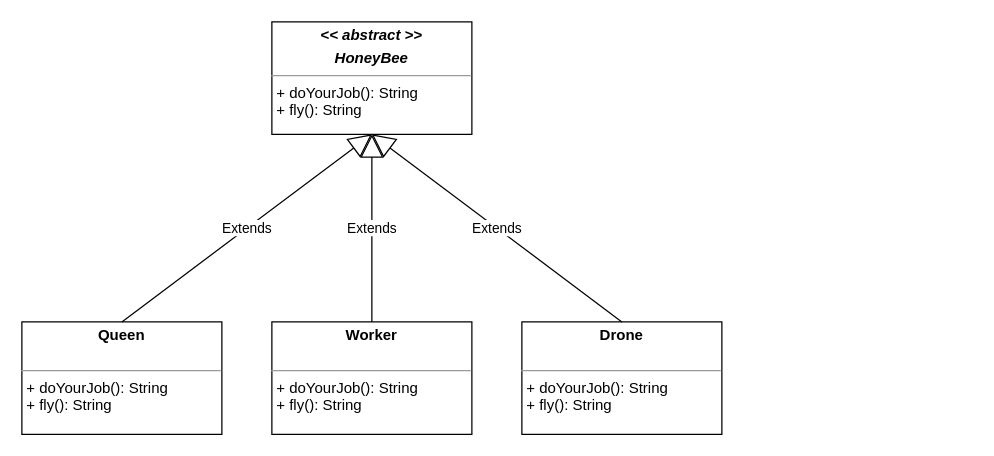
This is page "HoneyBee_2" (2 of 2) of honeybee.drawio from tbisk/08_Interfaces, a draw.io file, before an edit. Source tidied: cells renumbered, new cells numbered last; positions are measured from the earlier drawing's top-left corner, leaving out a move shared by most shapes. Both pictures are drawn from the tidied source at 125%, with x=0, y=0 at pixel (21, 21).
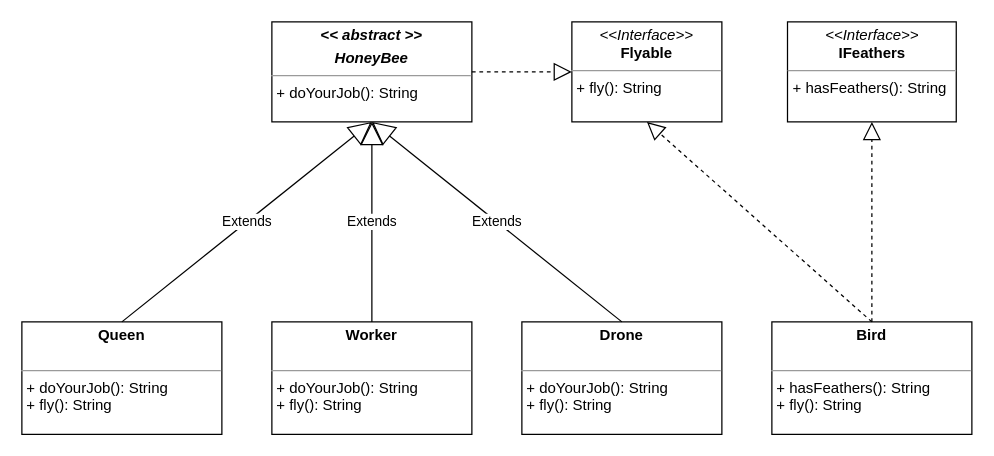
The same diagram, later.

What changed in the source:
```diff
@@
 <mxGraphModel>
   <root>
     <mxCell id="0" />
     <mxCell id="1" parent="0" />
-    <mxCell id="2" value="&lt;p style=&quot;margin: 0px ; margin-top: 4px ; text-align: center&quot;&gt;&lt;b&gt;&lt;i&gt;&amp;lt;&amp;lt; abstract &amp;gt;&amp;gt;&lt;/i&gt;&lt;/b&gt;&lt;/p&gt;&lt;p style=&quot;margin: 0px ; margin-top: 4px ; text-align: center&quot;&gt;&lt;b&gt;&lt;i&gt;HoneyBee&lt;/i&gt;&lt;/b&gt;&lt;/p&gt;&lt;hr size=&quot;1&quot;&gt;&lt;p style=&quot;margin: 0px ; margin-left: 4px&quot;&gt;+ doYourJob(): String&lt;/p&gt;&lt;p style=&quot;margin: 0px ; margin-left: 4px&quot;&gt;+ fly(): String&lt;/p&gt;" style="verticalAlign=top;align=left;overflow=fill;fontSize=12;fontFamily=Helvetica;html=1;" parent="1" vertex="1">
-      <mxGeometry x="200" width="160" height="90" as="geometry" />
+    <mxCell id="2" value="&lt;p style=&quot;margin: 0px ; margin-top: 4px ; text-align: center&quot;&gt;&lt;b&gt;&lt;i&gt;&amp;lt;&amp;lt; abstract &amp;gt;&amp;gt;&lt;/i&gt;&lt;/b&gt;&lt;/p&gt;&lt;p style=&quot;margin: 0px ; margin-top: 4px ; text-align: center&quot;&gt;&lt;b&gt;&lt;i&gt;HoneyBee&lt;/i&gt;&lt;/b&gt;&lt;/p&gt;&lt;hr size=&quot;1&quot;&gt;&lt;p style=&quot;margin: 0px ; margin-left: 4px&quot;&gt;+ doYourJob(): String&lt;/p&gt;" style="verticalAlign=top;align=left;overflow=fill;fontSize=12;fontFamily=Helvetica;html=1;" parent="1" vertex="1">
+      <mxGeometry x="200" width="160" height="80" as="geometry" />
     </mxCell>
     <mxCell id="3" value="&lt;p style=&quot;margin: 0px ; margin-top: 4px ; text-align: center&quot;&gt;&lt;b&gt;Queen&lt;/b&gt;&lt;/p&gt;&lt;p style=&quot;margin: 0px ; margin-left: 4px&quot;&gt;&lt;br&gt;&lt;/p&gt;&lt;hr size=&quot;1&quot;&gt;&lt;p style=&quot;margin: 0px ; margin-left: 4px&quot;&gt;+ doYourJob(): String&lt;br&gt;&lt;/p&gt;&lt;p style=&quot;margin: 0px ; margin-left: 4px&quot;&gt;+ fly(): String&lt;br&gt;&lt;/p&gt;" style="verticalAlign=top;align=left;overflow=fill;fontSize=12;fontFamily=Helvetica;html=1;" parent="1" vertex="1">
       <mxGeometry y="240" width="160" height="90" as="geometry" />
     </mxCell>
     <mxCell id="4" value="Extends" style="endArrow=block;endSize=16;endFill=0;html=1;exitX=0.5;exitY=0;exitDx=0;exitDy=0;entryX=0.5;entryY=1;entryDx=0;entryDy=0;" parent="1" edge="1" source="3" target="2">
       <mxGeometry relative="1" as="geometry" />
     </mxCell>
     <mxCell id="5" value="&lt;p style=&quot;margin: 0px ; margin-top: 4px ; text-align: center&quot;&gt;&lt;b&gt;Worker&lt;/b&gt;&lt;/p&gt;&lt;p style=&quot;margin: 0px ; margin-left: 4px&quot;&gt;&lt;br&gt;&lt;/p&gt;&lt;hr size=&quot;1&quot;&gt;&lt;p style=&quot;margin: 0px ; margin-left: 4px&quot;&gt;+ doYourJob(): String&lt;br&gt;&lt;/p&gt;&lt;p style=&quot;margin: 0px ; margin-left: 4px&quot;&gt;+ fly(): String&lt;br&gt;&lt;/p&gt;" style="verticalAlign=top;align=left;overflow=fill;fontSize=12;fontFamily=Helvetica;html=1;" parent="1" vertex="1">
       <mxGeometry x="200" y="240" width="160" height="90" as="geometry" />
     </mxCell>
     <mxCell id="6" value="&lt;p style=&quot;margin: 0px ; margin-top: 4px ; text-align: center&quot;&gt;&lt;b&gt;Drone&lt;/b&gt;&lt;/p&gt;&lt;p style=&quot;margin: 0px ; margin-left: 4px&quot;&gt;&lt;br&gt;&lt;/p&gt;&lt;hr size=&quot;1&quot;&gt;&lt;p style=&quot;margin: 0px ; margin-left: 4px&quot;&gt;+ doYourJob(): String&lt;br&gt;&lt;/p&gt;&lt;p style=&quot;margin: 0px ; margin-left: 4px&quot;&gt;+ fly(): String&lt;br&gt;&lt;/p&gt;" style="verticalAlign=top;align=left;overflow=fill;fontSize=12;fontFamily=Helvetica;html=1;" parent="1" vertex="1">
       <mxGeometry x="400" y="240" width="160" height="90" as="geometry" />
     </mxCell>
     <mxCell id="7" value="Extends" style="endArrow=block;endSize=16;endFill=0;html=1;exitX=0.5;exitY=0;exitDx=0;exitDy=0;entryX=0.5;entryY=1;entryDx=0;entryDy=0;" parent="1" edge="1" source="5" target="2">
       <mxGeometry relative="1" as="geometry" />
     </mxCell>
     <mxCell id="8" value="Extends" style="endArrow=block;endSize=16;endFill=0;html=1;exitX=0.5;exitY=0;exitDx=0;exitDy=0;entryX=0.5;entryY=1;entryDx=0;entryDy=0;" parent="1" edge="1" source="6" target="2">
       <mxGeometry relative="1" as="geometry" />
     </mxCell>
+    <mxCell id="9" value="&lt;p style=&quot;margin: 0px ; margin-top: 4px ; text-align: center&quot;&gt;&lt;b&gt;Bird&lt;/b&gt;&lt;/p&gt;&lt;p style=&quot;margin: 0px ; margin-left: 4px&quot;&gt;&lt;br&gt;&lt;/p&gt;&lt;hr size=&quot;1&quot;&gt;&lt;p style=&quot;margin: 0px ; margin-left: 4px&quot;&gt;+ hasFeathers(): String&lt;br&gt;&lt;/p&gt;&lt;p style=&quot;margin: 0px ; margin-left: 4px&quot;&gt;+ fly(): String&lt;br&gt;&lt;/p&gt;" style="verticalAlign=top;align=left;overflow=fill;fontSize=12;fontFamily=Helvetica;html=1;" parent="1" vertex="1">
+      <mxGeometry x="600" y="240" width="160" height="90" as="geometry" />
+    </mxCell>
+    <mxCell id="10" value="&lt;p style=&quot;margin: 0px ; margin-top: 4px ; text-align: center&quot;&gt;&lt;i&gt;&amp;lt;&amp;lt;Interface&amp;gt;&amp;gt;&lt;/i&gt;&lt;br&gt;&lt;b&gt;Flyable&lt;/b&gt;&lt;/p&gt;&lt;hr size=&quot;1&quot;&gt;&lt;p style=&quot;margin: 0px ; margin-left: 4px&quot;&gt;+ fly(): String&lt;br&gt;&lt;/p&gt;" style="verticalAlign=top;align=left;overflow=fill;fontSize=12;fontFamily=Helvetica;html=1;" parent="1" vertex="1">
+      <mxGeometry x="440" width="120" height="80" as="geometry" />
+    </mxCell>
+    <mxCell id="11" value="&lt;p style=&quot;margin: 0px ; margin-top: 4px ; text-align: center&quot;&gt;&lt;i&gt;&amp;lt;&amp;lt;Interface&amp;gt;&amp;gt;&lt;/i&gt;&lt;br&gt;&lt;b&gt;IFeathers&lt;/b&gt;&lt;/p&gt;&lt;hr size=&quot;1&quot;&gt;&lt;p style=&quot;margin: 0px ; margin-left: 4px&quot;&gt;+ hasFeathers(): String&lt;br&gt;&lt;/p&gt;" style="verticalAlign=top;align=left;overflow=fill;fontSize=12;fontFamily=Helvetica;html=1;" parent="1" vertex="1">
+      <mxGeometry x="612.5" width="135" height="80" as="geometry" />
+    </mxCell>
+    <mxCell id="12" style="endArrow=block;dashed=1;endFill=0;endSize=12;html=1;entryX=0;entryY=0.5;entryDx=0;entryDy=0;exitX=1;exitY=0.5;exitDx=0;exitDy=0;" parent="1" edge="1" source="2" target="10">
+      <mxGeometry relative="1" as="geometry" />
+    </mxCell>
+    <mxCell id="13" style="endArrow=block;dashed=1;endFill=0;endSize=12;html=1;entryX=0.5;entryY=1;entryDx=0;entryDy=0;exitX=0.5;exitY=0;exitDx=0;exitDy=0;" parent="1" edge="1" source="9" target="10">
+      <mxGeometry relative="1" as="geometry" />
+    </mxCell>
+    <mxCell id="14" style="endArrow=block;dashed=1;endFill=0;endSize=12;html=1;entryX=0.5;entryY=1;entryDx=0;entryDy=0;" parent="1" edge="1" target="11">
+      <mxGeometry relative="1" as="geometry">
+        <mxPoint x="680" y="240" as="sourcePoint" />
+      </mxGeometry>
+    </mxCell>
   </root>
 </mxGraphModel>
```
